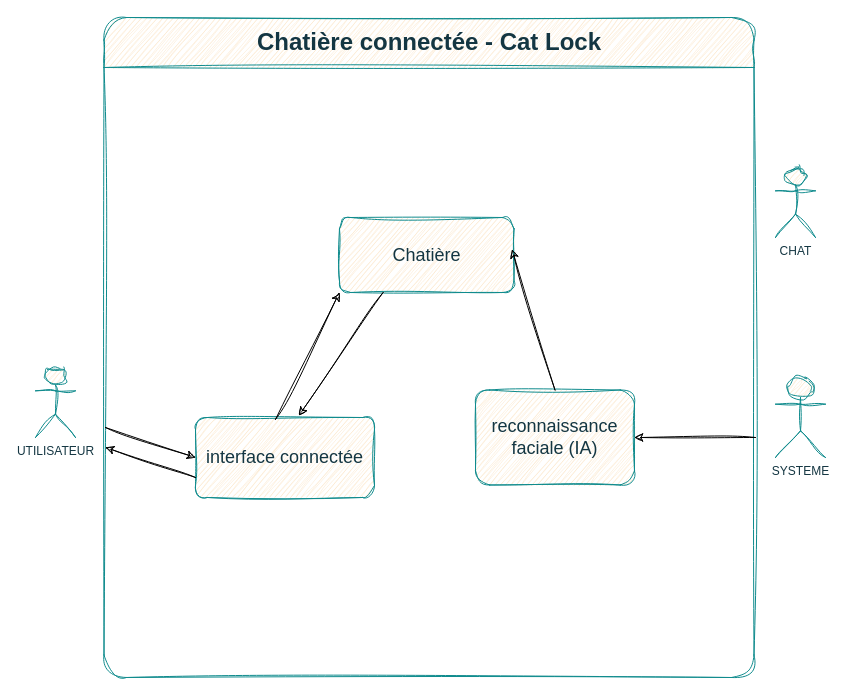
The draw.io diagram chattiere connectee.drawio in reachsss/chatiere-connectee, before the edit. Source tidied: cells renumbered, new cells numbered last; positions are measured from the earlier drawing's top-left corner, leaving out a move shared by most shapes. Both pictures are drawn from the tidied source at 100%, with x=0, y=0 at pixel (35, 17).
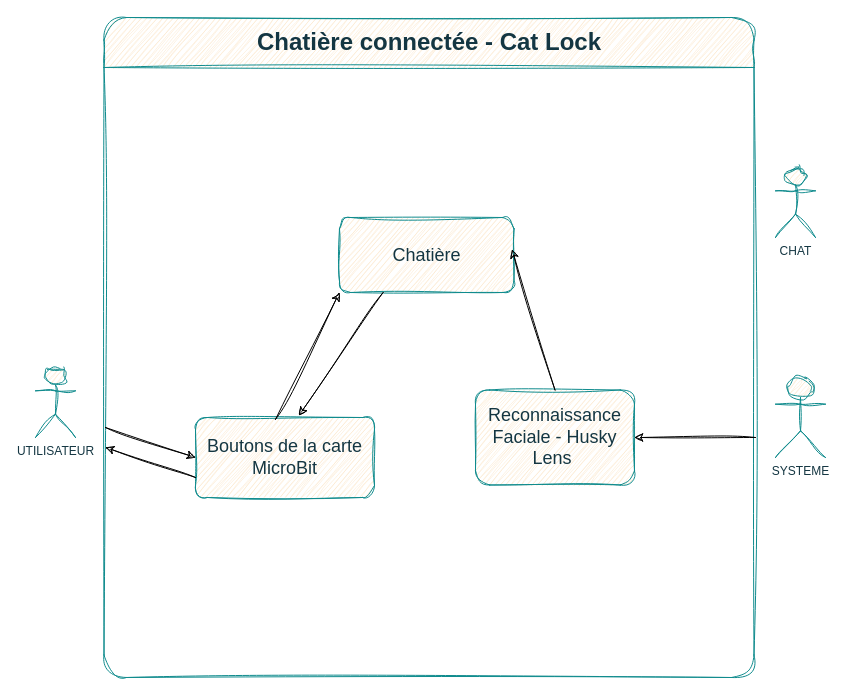
Above is the later version.

Commit message:
Update diagram version and formatting in drawio file

What changed in the source:
```diff
@@
 <mxGraphModel>
   <root>
     <mxCell id="0" />
     <mxCell id="1" parent="0" />
     <mxCell id="2" value="&lt;font style=&quot;font-size: 24px;&quot;&gt;Chatière connectée - Cat Lock&lt;/font&gt;" style="swimlane;whiteSpace=wrap;html=1;startSize=50;fillColor=#FAE5C7;strokeColor=#0F8B8D;labelBackgroundColor=none;fontColor=#143642;rounded=1;sketch=1;curveFitting=1;jiggle=2;" parent="1" vertex="1">
       <mxGeometry x="68.5" width="650" height="660" as="geometry" />
     </mxCell>
     <mxCell id="3" value="&lt;font style=&quot;font-size: 18px;&quot;&gt;Chatière&lt;/font&gt;" style="rounded=1;whiteSpace=wrap;html=1;labelBackgroundColor=none;fillColor=#FAE5C7;strokeColor=#0F8B8D;fontColor=#143642;sketch=1;curveFitting=1;jiggle=2;" parent="2" vertex="1">
       <mxGeometry x="235.5" y="200" width="174.5" height="75" as="geometry" />
     </mxCell>
-    <mxCell id="4" value="&lt;font style=&quot;font-size: 18px;&quot;&gt;reconnaissance faciale (IA)&lt;/font&gt;" style="rounded=1;whiteSpace=wrap;html=1;labelBackgroundColor=none;fillColor=#FAE5C7;strokeColor=#0F8B8D;fontColor=#143642;sketch=1;curveFitting=1;jiggle=2;" parent="2" vertex="1">
+    <mxCell id="4" value="&lt;font style=&quot;font-size: 18px;&quot;&gt;Reconnaissance Faciale - Husky Lens&amp;nbsp;&lt;/font&gt;" style="rounded=1;whiteSpace=wrap;html=1;labelBackgroundColor=none;fillColor=#FAE5C7;strokeColor=#0F8B8D;fontColor=#143642;sketch=1;curveFitting=1;jiggle=2;" parent="2" vertex="1">
       <mxGeometry x="371.5" y="372.5" width="159" height="95" as="geometry" />
     </mxCell>
-    <mxCell id="5" value="&lt;font style=&quot;font-size: 18px;&quot;&gt;interface connectée&lt;/font&gt;" style="rounded=1;whiteSpace=wrap;html=1;labelBackgroundColor=none;fillColor=#FAE5C7;strokeColor=#0F8B8D;fontColor=#143642;sketch=1;curveFitting=1;jiggle=2;" parent="2" vertex="1">
+    <mxCell id="5" value="&lt;font style=&quot;font-size: 18px;&quot;&gt;Boutons de la carte&lt;/font&gt;&lt;div&gt;&lt;span style=&quot;font-size: 18px;&quot;&gt;MicroBit&lt;/span&gt;&lt;/div&gt;" style="rounded=1;whiteSpace=wrap;html=1;labelBackgroundColor=none;fillColor=#FAE5C7;strokeColor=#0F8B8D;fontColor=#143642;sketch=1;curveFitting=1;jiggle=2;" parent="2" vertex="1">
       <mxGeometry x="91.5" y="400" width="179" height="80" as="geometry" />
     </mxCell>
     <mxCell id="6" style="endArrow=classic;html=1;rounded=0;sketch=1;hachureGap=4;jiggle=2;curveFitting=1;fontFamily=Architects Daughter;entryX=0;entryY=1;entryDx=0;entryDy=0;exitX=0.5;exitY=0;exitDx=0;exitDy=0;" parent="2" edge="1" target="3">
       <mxGeometry relative="1" as="geometry">
         <mxPoint x="171.5" y="401.9" as="sourcePoint" />
       </mxGeometry>
     </mxCell>
     <mxCell id="7" style="endArrow=classic;html=1;rounded=0;sketch=1;hachureGap=4;jiggle=2;curveFitting=1;fontFamily=Architects Daughter;exitX=0.5;exitY=0;exitDx=0;exitDy=0;entryX=0.989;entryY=0.426;entryDx=0;entryDy=0;entryPerimeter=0;" parent="2" edge="1" source="4" target="3">
       <mxGeometry relative="1" as="geometry" />
     </mxCell>
     <mxCell id="8" style="endArrow=classic;html=1;rounded=0;sketch=1;hachureGap=4;jiggle=2;curveFitting=1;fontFamily=Architects Daughter;entryX=0.578;entryY=-0.025;entryDx=0;entryDy=0;exitX=0.25;exitY=1;exitDx=0;exitDy=0;entryPerimeter=0;" parent="2" edge="1" source="3" target="5">
       <mxGeometry relative="1" as="geometry" />
     </mxCell>
     <mxCell id="9" value="CHAT" style="shape=umlActor;verticalLabelPosition=bottom;verticalAlign=top;html=1;labelBackgroundColor=none;fillColor=#FAE5C7;strokeColor=#0F8B8D;fontColor=#143642;rounded=1;sketch=1;curveFitting=1;jiggle=2;" parent="1" vertex="1">
       <mxGeometry x="740" y="150" width="40" height="70" as="geometry" />
     </mxCell>
     <mxCell id="10" value="UTILISATEUR&lt;div&gt;&lt;br&gt;&lt;/div&gt;" style="shape=umlActor;verticalLabelPosition=bottom;verticalAlign=top;html=1;labelBackgroundColor=none;fillColor=#FAE5C7;strokeColor=#0F8B8D;fontColor=#143642;rounded=1;sketch=1;curveFitting=1;jiggle=2;" parent="1" vertex="1">
       <mxGeometry y="350" width="40" height="70" as="geometry" />
     </mxCell>
     <mxCell id="11" value="SYSTEME" style="shape=umlActor;verticalLabelPosition=bottom;verticalAlign=top;html=1;labelBackgroundColor=none;fillColor=#FAE5C7;strokeColor=#0F8B8D;fontColor=#143642;rounded=1;sketch=1;curveFitting=1;jiggle=2;" parent="1" vertex="1">
       <mxGeometry x="740" y="360" width="50" height="80" as="geometry" />
     </mxCell>
     <mxCell id="12" style="endArrow=classic;html=1;rounded=0;sketch=1;hachureGap=4;jiggle=2;curveFitting=1;fontFamily=Architects Daughter;entryX=0;entryY=0.5;entryDx=0;entryDy=0;" parent="1" edge="1" target="5">
       <mxGeometry relative="1" as="geometry">
         <mxPoint x="70" y="410" as="sourcePoint" />
       </mxGeometry>
     </mxCell>
     <mxCell id="13" style="endArrow=classic;html=1;rounded=0;sketch=1;hachureGap=4;jiggle=2;curveFitting=1;fontFamily=Architects Daughter;exitX=0;exitY=0.75;exitDx=0;exitDy=0;" parent="1" edge="1" source="5">
       <mxGeometry relative="1" as="geometry">
         <mxPoint x="70" y="430" as="targetPoint" />
       </mxGeometry>
     </mxCell>
     <mxCell id="14" style="endArrow=classic;html=1;rounded=0;sketch=1;hachureGap=4;jiggle=2;curveFitting=1;fontFamily=Architects Daughter;entryX=1;entryY=0.5;entryDx=0;entryDy=0;" parent="1" edge="1" target="4">
       <mxGeometry relative="1" as="geometry">
         <mxPoint x="720" y="420" as="sourcePoint" />
       </mxGeometry>
     </mxCell>
   </root>
 </mxGraphModel>
```
